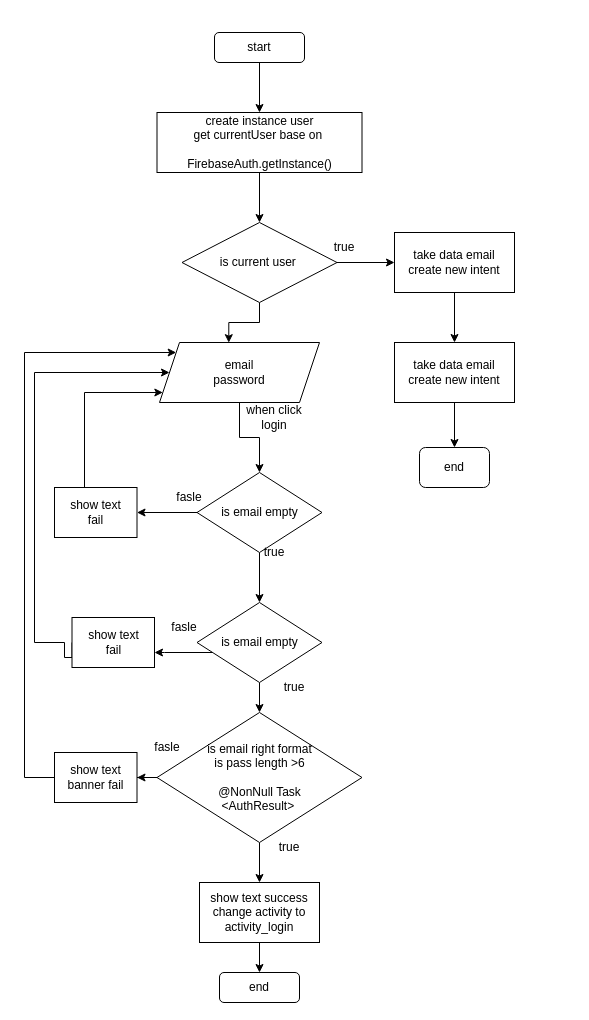
This is page "sign up" (4 of 9) of fChartApp.drawio from trucmt/app_larisa, a draw.io file, before an edit. Source tidied: cells renumbered, new cells numbered last; positions are measured from the earlier drawing's top-left corner, leaving out a move shared by most shapes. Both pictures are drawn from the tidied source at 100%, with x=0, y=0 at pixel (24, 32).
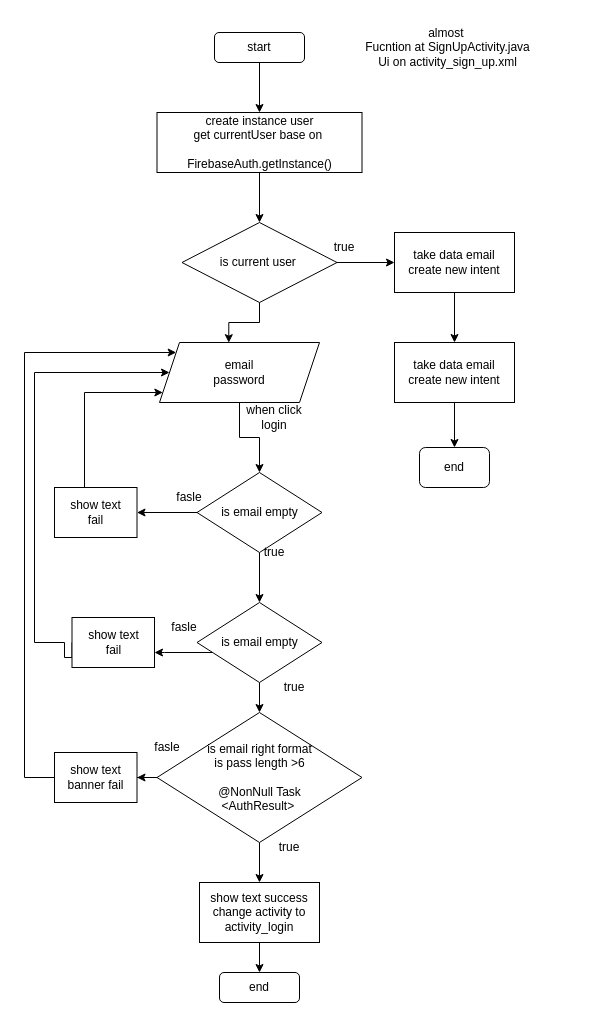
After the change.

What changed in the source:
```diff
@@
+    <mxCell id="43" value="almost&amp;nbsp;&lt;br&gt;Fucntion at SignUpActivity.java&lt;br&gt;Ui on activity_sign_up.xml" style="text;html=1;strokeColor=none;fillColor=none;align=center;verticalAlign=middle;whiteSpace=wrap;rounded=0;" parent="1" vertex="1">
+      <mxGeometry x="300" y="-15" width="247" height="60" as="geometry" />
+    </mxCell>
```
